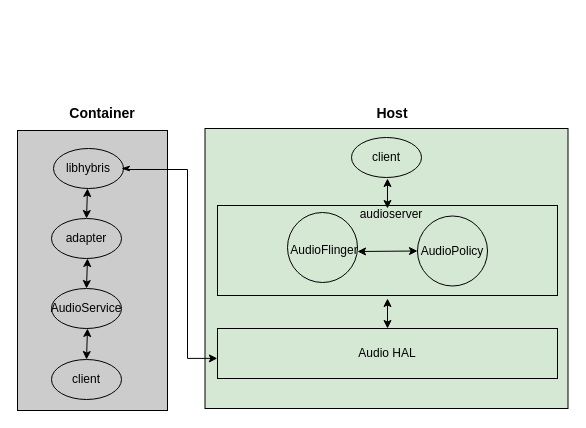
Before: 基于Ubuntu touch方案定制.drawio in weiyihz/aapt, a draw.io diagram. Source tidied: cells renumbered, new cells numbered last; positions are measured from the earlier drawing's top-left corner, leaving out a move shared by most shapes. Both pictures are drawn from the tidied source at 100%, with x=0, y=0 at pixel (17, 18).
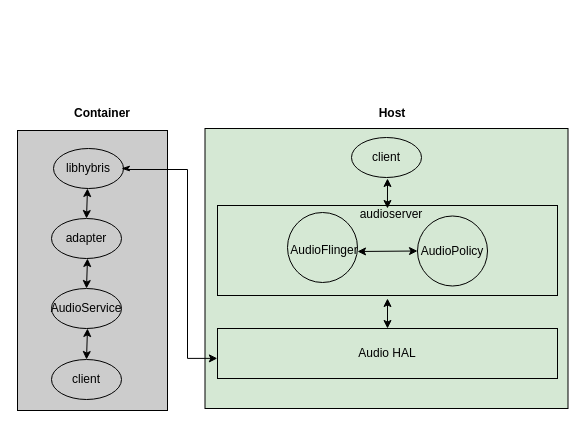
After the change.

Commit message (it also covers changes not shown here):
Update 基于Ubuntu touch方案定制.drawio

The edit, as a diff of the source:
```diff
@@
-    <mxCell id="4" value="&lt;font style=&quot;font-size: 14px;&quot;&gt;&lt;b&gt;Container&lt;/b&gt;&lt;/font&gt;" style="text;html=1;align=center;verticalAlign=middle;whiteSpace=wrap;rounded=0;" parent="1" vertex="1">
+    <mxCell id="4" value="&lt;font style=&quot;font-size: 12px;&quot;&gt;&lt;b style=&quot;&quot;&gt;Container&lt;/b&gt;&lt;/font&gt;" style="text;html=1;align=center;verticalAlign=middle;whiteSpace=wrap;rounded=0;" parent="1" vertex="1">
       <mxGeometry x="55" y="80" width="60" height="30" as="geometry" />
     </mxCell>
-    <mxCell id="5" value="&lt;font style=&quot;font-size: 14px;&quot;&gt;&lt;b&gt;Host&lt;/b&gt;&lt;/font&gt;" style="text;html=1;align=center;verticalAlign=middle;whiteSpace=wrap;rounded=0;" parent="1" vertex="1">
+    <mxCell id="5" value="&lt;font style=&quot;font-size: 12px;&quot;&gt;&lt;b style=&quot;&quot;&gt;Host&lt;/b&gt;&lt;/font&gt;" style="text;html=1;align=center;verticalAlign=middle;whiteSpace=wrap;rounded=0;" parent="1" vertex="1">
       <mxGeometry x="345" y="80" width="60" height="30" as="geometry" />
     </mxCell>
```
